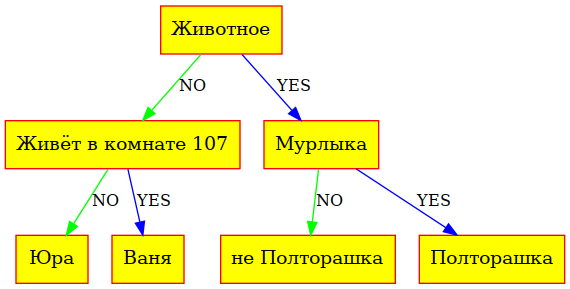
The Graphviz diagram Akinator/graphviz.png in vihlancevk/Akinator, before a commit. Its source is kept beside it as Akinator/graphviz.gv.
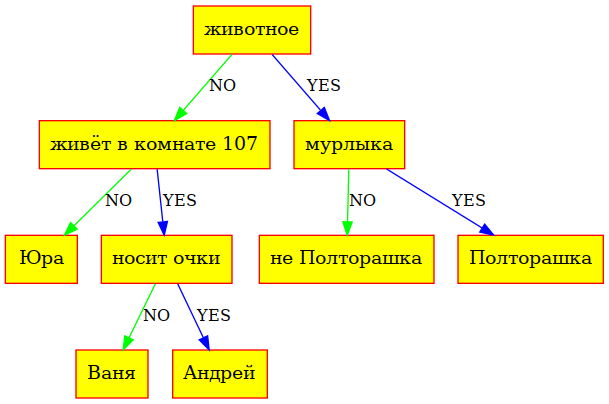
Later version of the same file.

What changed in the source:
```diff
@@ -4,19 +4,23 @@
 
 	node[color="red",fontsize=14];
 
-	2[shape=record, style="filled", fillcolor="yellow", label="Животное"];
-	3[shape=record, style="filled", fillcolor="yellow", label="Живёт  в  комнате  107"];
+	2[shape=record, style="filled", fillcolor="yellow", label="животное"];
+	3[shape=record, style="filled", fillcolor="yellow", label="живёт  в  комнате  107"];
 	4[shape=record, style="filled", fillcolor="yellow", label="Юра"];
-	5[shape=record, style="filled", fillcolor="yellow", label="Ваня"];
-	6[shape=record, style="filled", fillcolor="yellow", label="Мурлыка"];
-	7[shape=record, style="filled", fillcolor="yellow", label="не  Полторашка"];
-	8[shape=record, style="filled", fillcolor="yellow", label="Полторашка"];
+	5[shape=record, style="filled", fillcolor="yellow", label="носит очки"];
+	6[shape=record, style="filled", fillcolor="yellow", label="Ваня"];
+	7[shape=record, style="filled", fillcolor="yellow", label="Андрей"];
+	8[shape=record, style="filled", fillcolor="yellow", label="мурлыка"];
+	9[shape=record, style="filled", fillcolor="yellow", label="не  Полторашка"];
+	10[shape=record, style="filled", fillcolor="yellow", label="Полторашка"];
 
 	2 -> 3[color="green", label="NO", fontsize=12]
-	2 -> 6[color="blue", label="YES", fontsize=12]
+	2 -> 8[color="blue", label="YES", fontsize=12]
 	3 -> 4[color="green", label="NO", fontsize=12]
 	3 -> 5[color="blue", label="YES", fontsize=12]
-	6 -> 7[color="green", label="NO", fontsize=12]
-	6 -> 8[color="blue", label="YES", fontsize=12]
+	5 -> 6[color="green", label="NO", fontsize=12]
+	5 -> 7[color="blue", label="YES", fontsize=12]
+	8 -> 9[color="green", label="NO", fontsize=12]
+	8 -> 10[color="blue", label="YES", fontsize=12]
 
 }
```
